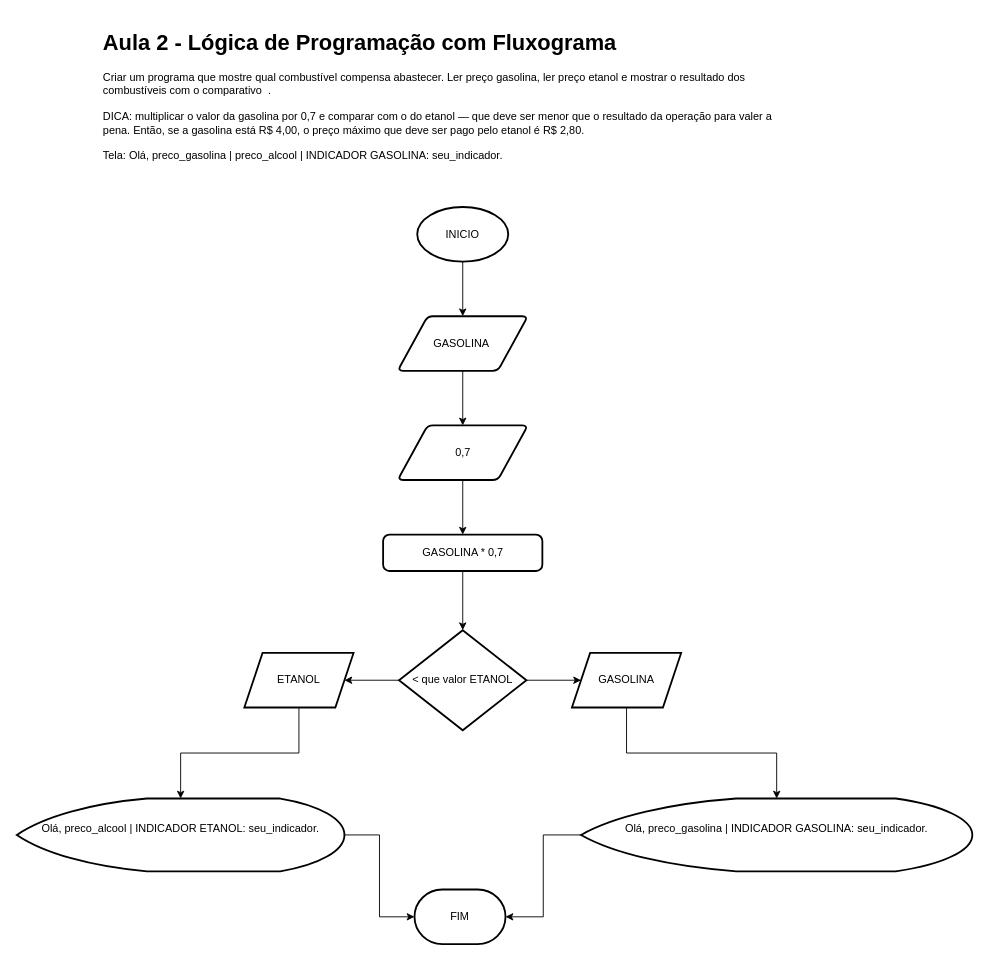
Earlier version of the draw.io diagram page "6- Calcular preço combustivel" (6 of 7) of 01 - Mensagem Olá Mundo.drawio (aran-wesley/CursoCSharp). Source tidied: cells renumbered, new cells numbered last; positions are measured from the earlier drawing's top-left corner, leaving out a move shared by most shapes. Both pictures are drawn from the tidied source at 91%, with x=0, y=0 at pixel (16, 25).
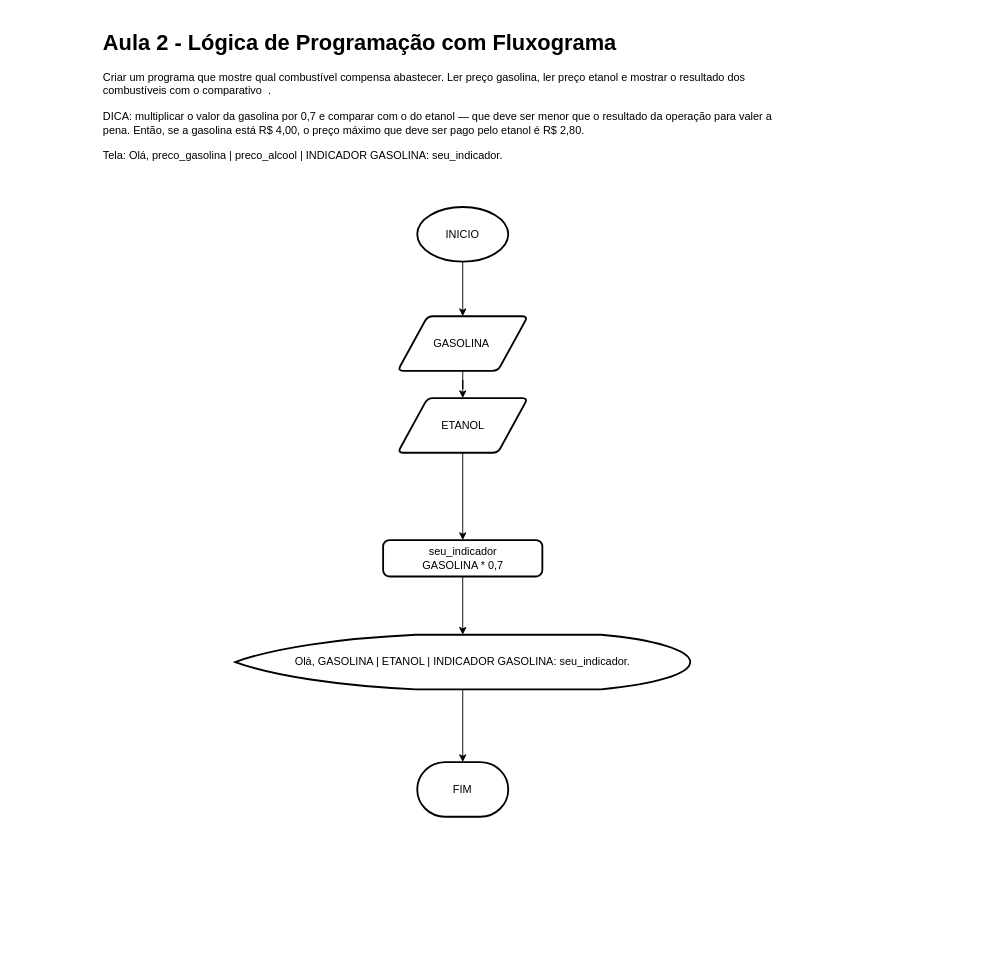
Above is the later version.

The change refers to these unchanged cells:
```xml
<mxCell id="6" value="GASOLINA&amp;nbsp;" style="shape=parallelogram;html=1;strokeWidth=2;perimeter=parallelogramPerimeter;whiteSpace=wrap;rounded=1;arcSize=12;size=0.23;" parent="1" vertex="1">
  <mxGeometry x="418.5" y="320" width="143" height="60" as="geometry" />
</mxCell>
```

What changed in the source:
```diff
@@
-    <mxCell id="5" style="edgeStyle=orthogonalEdgeStyle;rounded=0;jettySize=auto;html=1;" parent="1" edge="1" source="6" target="15">
-      <mxGeometry relative="1" as="geometry" />
-    </mxCell>
+    <mxCell id="23" style="edgeStyle=orthogonalEdgeStyle;rounded=0;jettySize=auto;html=1;" parent="1" edge="1" source="6" target="19">
+      <mxGeometry relative="1" as="geometry" />
+    </mxCell>
@@
-    <mxCell id="7" style="edgeStyle=orthogonalEdgeStyle;rounded=0;jettySize=auto;html=1;" parent="1" edge="1" source="8" target="13">
+    <mxCell id="7" style="edgeStyle=orthogonalEdgeStyle;rounded=0;jettySize=auto;html=1;entryX=0.5;entryY=0;entryDx=0;entryDy=0;entryPerimeter=0;" parent="1" edge="1" source="8" target="26">
       <mxGeometry relative="1" as="geometry" />
     </mxCell>
-    <mxCell id="8" value="GASOLINA * 0,7" style="rounded=1;whiteSpace=wrap;html=1;absoluteArcSize=1;arcSize=14;strokeWidth=2;" parent="1" vertex="1">
-      <mxGeometry x="402.5" y="560" width="175" height="40" as="geometry" />
+    <mxCell id="8" value="seu_indicador&lt;br&gt;GASOLINA * 0,7" style="rounded=1;whiteSpace=wrap;html=1;absoluteArcSize=1;arcSize=14;strokeWidth=2;" parent="1" vertex="1">
+      <mxGeometry x="402.5" y="566" width="175" height="40" as="geometry" />
     </mxCell>
-    <mxCell id="9" style="edgeStyle=orthogonalEdgeStyle;rounded=0;jettySize=auto;html=1;entryX=0;entryY=0.5;entryDx=0;entryDy=0;entryPerimeter=0;" parent="1" edge="1" source="10" target="22">
-      <mxGeometry relative="1" as="geometry" />
-    </mxCell>
-    <mxCell id="10" value="&lt;br&gt;&lt;br&gt;&lt;div&gt;&lt;div&gt;Olá, preco_alcool | INDICADOR ETANOL: seu_indicador.&lt;/div&gt;&lt;/div&gt;&lt;div&gt;&lt;br style=&quot;color: rgb(0 , 0 , 0) ; font-family: &amp;#34;helvetica&amp;#34; ; font-size: 12px ; font-style: normal ; font-weight: 400 ; letter-spacing: normal ; text-align: left ; text-indent: 0px ; text-transform: none ; word-spacing: 0px ; background-color: rgb(248 , 249 , 250)&quot;&gt;&lt;br&gt;&lt;br&gt;&lt;/div&gt;" style="strokeWidth=2;html=1;shape=mxgraph.flowchart.display;whiteSpace=wrap;" parent="1" vertex="1">
-      <mxGeometry y="850" width="360" height="80" as="geometry" />
-    </mxCell>
-    <mxCell id="11" style="edgeStyle=orthogonalEdgeStyle;rounded=0;jettySize=auto;html=1;" parent="1" edge="1" source="13" target="17">
-      <mxGeometry relative="1" as="geometry" />
-    </mxCell>
-    <mxCell id="12" style="edgeStyle=orthogonalEdgeStyle;rounded=0;jettySize=auto;html=1;" parent="1" edge="1" source="13" target="19">
-      <mxGeometry relative="1" as="geometry" />
-    </mxCell>
-    <mxCell id="13" value="&amp;lt; que valor ETANOL" style="strokeWidth=2;html=1;shape=mxgraph.flowchart.decision;whiteSpace=wrap;" parent="1" vertex="1">
-      <mxGeometry x="420" y="665" width="140" height="110" as="geometry" />
-    </mxCell>
-    <mxCell id="14" style="edgeStyle=orthogonalEdgeStyle;rounded=0;jettySize=auto;html=1;" parent="1" edge="1" source="15" target="8">
-      <mxGeometry relative="1" as="geometry" />
-    </mxCell>
-    <mxCell id="15" value="0,7" style="shape=parallelogram;html=1;strokeWidth=2;perimeter=parallelogramPerimeter;whiteSpace=wrap;rounded=1;arcSize=12;size=0.23;" parent="1" vertex="1">
-      <mxGeometry x="418.5" y="440" width="143" height="60" as="geometry" />
-    </mxCell>
-    <mxCell id="16" style="edgeStyle=orthogonalEdgeStyle;rounded=0;jettySize=auto;html=1;" parent="1" edge="1" source="17" target="21">
-      <mxGeometry relative="1" as="geometry" />
-    </mxCell>
-    <mxCell id="17" value="GASOLINA" style="shape=parallelogram;perimeter=parallelogramPerimeter;whiteSpace=wrap;html=1;fixedSize=1;strokeWidth=2;" parent="1" vertex="1">
-      <mxGeometry x="610" y="690" width="120" height="60" as="geometry" />
-    </mxCell>
-    <mxCell id="18" style="edgeStyle=orthogonalEdgeStyle;rounded=0;jettySize=auto;html=1;" parent="1" edge="1" source="19" target="10">
-      <mxGeometry relative="1" as="geometry" />
-    </mxCell>
+    <mxCell id="24" style="edgeStyle=orthogonalEdgeStyle;rounded=0;jettySize=auto;html=1;entryX=0.5;entryY=0;entryDx=0;entryDy=0;" parent="1" edge="1" source="19" target="8">
+      <mxGeometry relative="1" as="geometry" />
+    </mxCell>
-    <mxCell id="19" value="ETANOL" style="shape=parallelogram;perimeter=parallelogramPerimeter;whiteSpace=wrap;html=1;fixedSize=1;strokeWidth=2;" parent="1" vertex="1">
-      <mxGeometry x="250" y="690" width="120" height="60" as="geometry" />
+    <mxCell id="19" value="ETANOL" style="shape=parallelogram;html=1;strokeWidth=2;perimeter=parallelogramPerimeter;whiteSpace=wrap;rounded=1;arcSize=12;size=0.23;" parent="1" vertex="1">
+      <mxGeometry x="418.5" y="410" width="143" height="60" as="geometry" />
     </mxCell>
-    <mxCell id="20" style="edgeStyle=orthogonalEdgeStyle;rounded=0;jettySize=auto;html=1;entryX=1;entryY=0.5;entryDx=0;entryDy=0;entryPerimeter=0;" parent="1" edge="1" source="21" target="22">
-      <mxGeometry relative="1" as="geometry" />
-    </mxCell>
-    <mxCell id="21" value="&lt;br&gt;&lt;br&gt;&lt;div&gt;&lt;div&gt;Olá, preco_gasolina | INDICADOR GASOLINA: seu_indicador.&lt;/div&gt;&lt;/div&gt;&lt;div&gt;&lt;br style=&quot;color: rgb(0 , 0 , 0) ; font-family: &amp;#34;helvetica&amp;#34; ; font-size: 12px ; font-style: normal ; font-weight: 400 ; letter-spacing: normal ; text-align: left ; text-indent: 0px ; text-transform: none ; word-spacing: 0px ; background-color: rgb(248 , 249 , 250)&quot;&gt;&lt;br&gt;&lt;br&gt;&lt;/div&gt;" style="strokeWidth=2;html=1;shape=mxgraph.flowchart.display;whiteSpace=wrap;" parent="1" vertex="1">
-      <mxGeometry x="620" y="850" width="430" height="80" as="geometry" />
-    </mxCell>
     <mxCell id="22" value="FIM" style="strokeWidth=2;html=1;shape=mxgraph.flowchart.terminator;whiteSpace=wrap;" parent="1" vertex="1">
-      <mxGeometry x="437" y="950" width="100" height="60" as="geometry" />
+      <mxGeometry x="440" y="810" width="100" height="60" as="geometry" />
     </mxCell>
+    <mxCell id="25" style="edgeStyle=orthogonalEdgeStyle;rounded=0;jettySize=auto;html=1;" parent="1" edge="1" source="26" target="22">
+      <mxGeometry relative="1" as="geometry" />
+    </mxCell>
+    <mxCell id="26" value="&lt;span style=&quot;text-align: left&quot;&gt;Olá, GASOLINA | ETANOL | INDICADOR GASOLINA: seu_indicador.&lt;/span&gt;" style="strokeWidth=2;html=1;shape=mxgraph.flowchart.display;whiteSpace=wrap;" parent="1" vertex="1">
+      <mxGeometry x="240" y="670" width="500" height="60" as="geometry" />
+    </mxCell>
```
